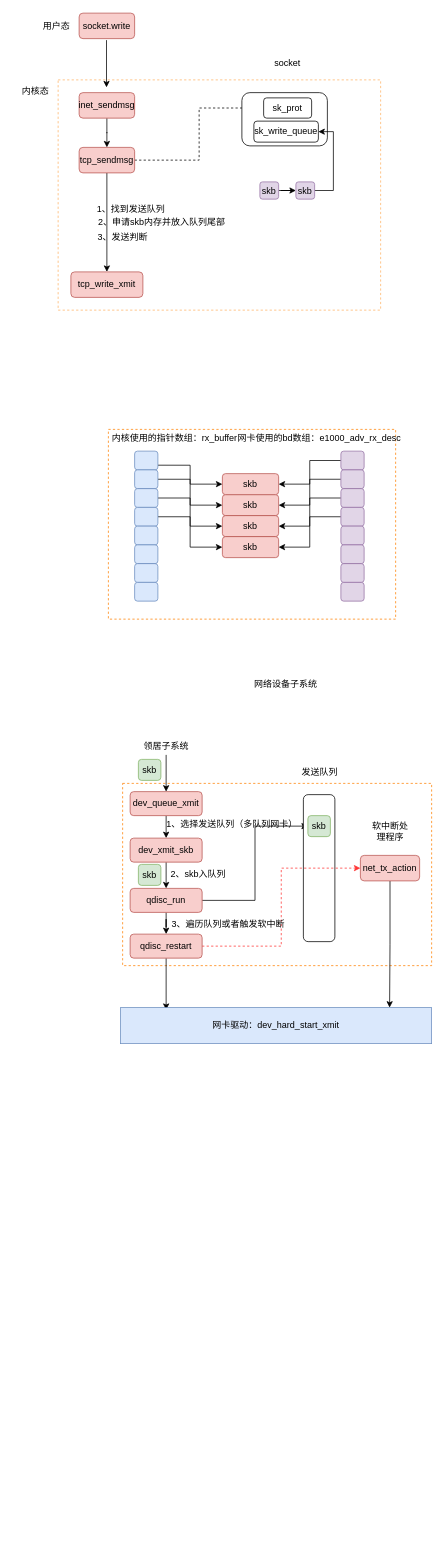
xmopen/drawio keeps this draw.io diagram as linux/Linux内核是如何发送数据的.drawio. Above is the earlier version. Source tidied: cells renumbered, new cells numbered last; positions are measured from the earlier drawing's top-left corner, leaving out a move shared by most shapes. Both pictures are drawn from the tidied source at 75%, with x=0, y=0 at pixel (13, 13).
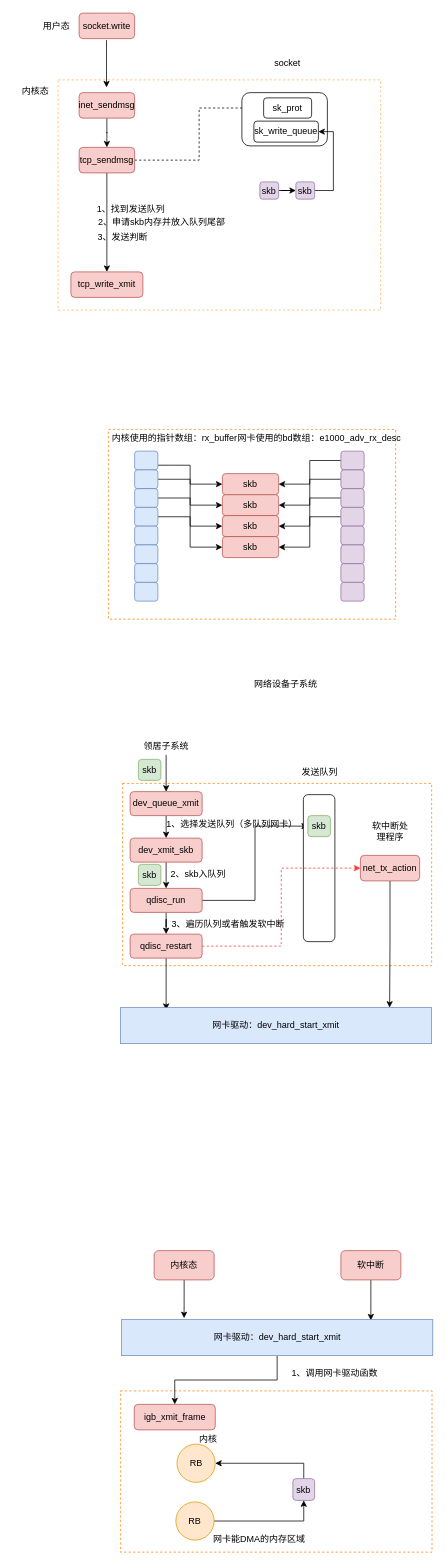
Above is the later version.

Commit message:
feat：网卡驱动发送数据

What changed in the source:
```diff
@@
+    <mxCell id="81" style="rounded=0;whiteSpace=wrap;html=1;dashed=1;strokeColor=#FF8000;" parent="1" vertex="1">
+      <mxGeometry x="143" y="1837" width="415.5" height="215" as="geometry" />
+    </mxCell>
@@
+    <mxCell id="82" style="edgeStyle=orthogonalEdgeStyle;rounded=0;jettySize=auto;html=1;exitX=0.5;exitY=1;exitDx=0;exitDy=0;entryX=0.201;entryY=-0.042;entryDx=0;entryDy=0;entryPerimeter=0;" parent="1" edge="1" source="83" target="87">
+      <mxGeometry relative="1" as="geometry" />
+    </mxCell>
+    <mxCell id="83" value="内核态" style="rounded=1;whiteSpace=wrap;html=1;fillColor=#f8cecc;strokeColor=#b85450;" parent="1" vertex="1">
+      <mxGeometry x="188" y="1650" width="80" height="39" as="geometry" />
+    </mxCell>
+    <mxCell id="84" style="edgeStyle=orthogonalEdgeStyle;rounded=0;jettySize=auto;html=1;exitX=0.5;exitY=1;exitDx=0;exitDy=0;entryX=0.801;entryY=0.021;entryDx=0;entryDy=0;entryPerimeter=0;" parent="1" edge="1" source="85" target="87">
+      <mxGeometry relative="1" as="geometry" />
+    </mxCell>
+    <mxCell id="85" value="软中断" style="rounded=1;whiteSpace=wrap;html=1;fillColor=#f8cecc;strokeColor=#b85450;" parent="1" vertex="1">
+      <mxGeometry x="437" y="1650" width="80" height="39" as="geometry" />
+    </mxCell>
+    <mxCell id="86" style="edgeStyle=orthogonalEdgeStyle;rounded=0;jettySize=auto;html=1;exitX=0.5;exitY=1;exitDx=0;exitDy=0;entryX=0.5;entryY=0;entryDx=0;entryDy=0;" parent="1" edge="1" source="87" target="88">
+      <mxGeometry relative="1" as="geometry" />
+    </mxCell>
+    <mxCell id="87" value="网卡驱动：dev_hard_start_xmit" style="rounded=0;whiteSpace=wrap;html=1;fillColor=#dae8fc;strokeColor=#6c8ebf;" parent="1" vertex="1">
+      <mxGeometry x="144.5" y="1742" width="415" height="48" as="geometry" />
+    </mxCell>
+    <mxCell id="88" value="igb_xmit_frame" style="rounded=1;whiteSpace=wrap;html=1;fillColor=#f8cecc;strokeColor=#b85450;" parent="1" vertex="1">
+      <mxGeometry x="161.5" y="1855" width="108" height="34" as="geometry" />
+    </mxCell>
+    <mxCell id="89" value="1、调用网卡驱动函数" style="text;html=1;strokeColor=none;fillColor=none;align=center;verticalAlign=middle;whiteSpace=wrap;rounded=0;" parent="1" vertex="1">
+      <mxGeometry x="369" y="1799" width="120" height="29" as="geometry" />
+    </mxCell>
+    <mxCell id="90" value="RB" style="ellipse;whiteSpace=wrap;html=1;fillColor=#ffe6cc;strokeColor=#d79b00;" parent="1" vertex="1">
+      <mxGeometry x="218.5" y="1908" width="51" height="51" as="geometry" />
+    </mxCell>
+    <mxCell id="91" style="edgeStyle=orthogonalEdgeStyle;rounded=0;jettySize=auto;html=1;exitX=1;exitY=0.5;exitDx=0;exitDy=0;entryX=0.5;entryY=1;entryDx=0;entryDy=0;" parent="1" edge="1" source="92" target="96">
+      <mxGeometry relative="1" as="geometry" />
+    </mxCell>
+    <mxCell id="92" value="RB" style="ellipse;whiteSpace=wrap;html=1;fillColor=#ffe6cc;strokeColor=#d79b00;" parent="1" vertex="1">
+      <mxGeometry x="217" y="1985" width="51" height="51" as="geometry" />
+    </mxCell>
+    <mxCell id="93" value="网卡能DMA的内存区域" style="text;html=1;strokeColor=none;fillColor=none;align=center;verticalAlign=middle;whiteSpace=wrap;rounded=0;" parent="1" vertex="1">
+      <mxGeometry x="264" y="2022" width="129" height="25" as="geometry" />
+    </mxCell>
+    <mxCell id="94" value="内核" style="text;html=1;strokeColor=none;fillColor=none;align=center;verticalAlign=middle;whiteSpace=wrap;rounded=0;" parent="1" vertex="1">
+      <mxGeometry x="239" y="1891" width="43" height="22" as="geometry" />
+    </mxCell>
+    <mxCell id="95" style="edgeStyle=orthogonalEdgeStyle;rounded=0;jettySize=auto;html=1;exitX=0.5;exitY=0;exitDx=0;exitDy=0;entryX=1;entryY=0.5;entryDx=0;entryDy=0;" parent="1" edge="1" source="96" target="90">
+      <mxGeometry relative="1" as="geometry" />
+    </mxCell>
+    <mxCell id="96" value="skb" style="rounded=1;whiteSpace=wrap;html=1;fillColor=#e1d5e7;strokeColor=#9673a6;" parent="1" vertex="1">
+      <mxGeometry x="373" y="1954" width="29" height="29" as="geometry" />
+    </mxCell>
```
